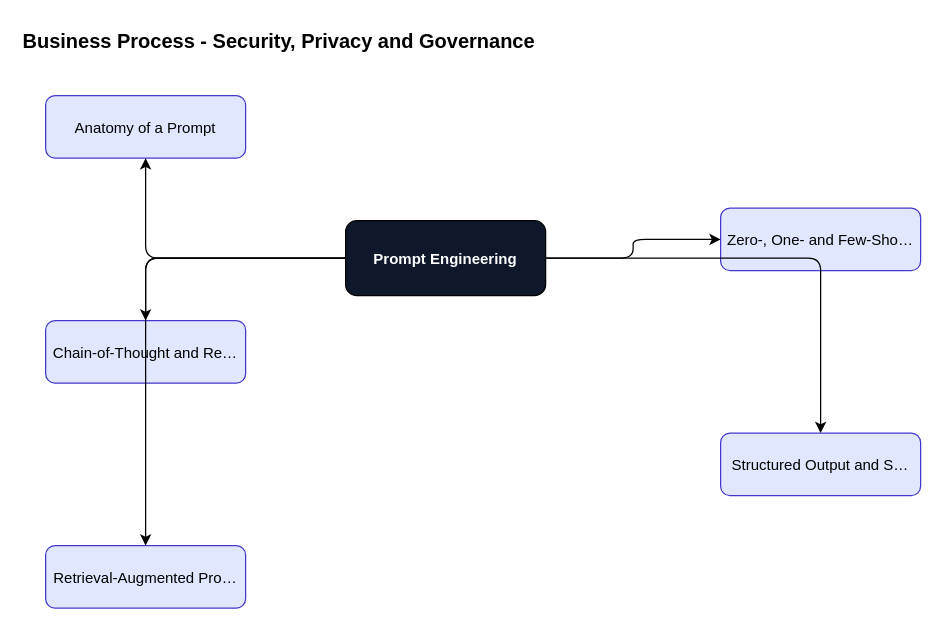
ankit05121980/AI-University keeps this draw.io diagram as content/prompt-engineering/prompt-engineering-foundations/diagrams/fig-027-business-process.drawio. Above is the earlier version. Source tidied: cells renumbered, new cells numbered last; positions are measured from the earlier drawing's top-left corner, leaving out a move shared by most shapes. Both pictures are drawn from the tidied source at 125%, with x=0, y=0 at pixel (20, 20).
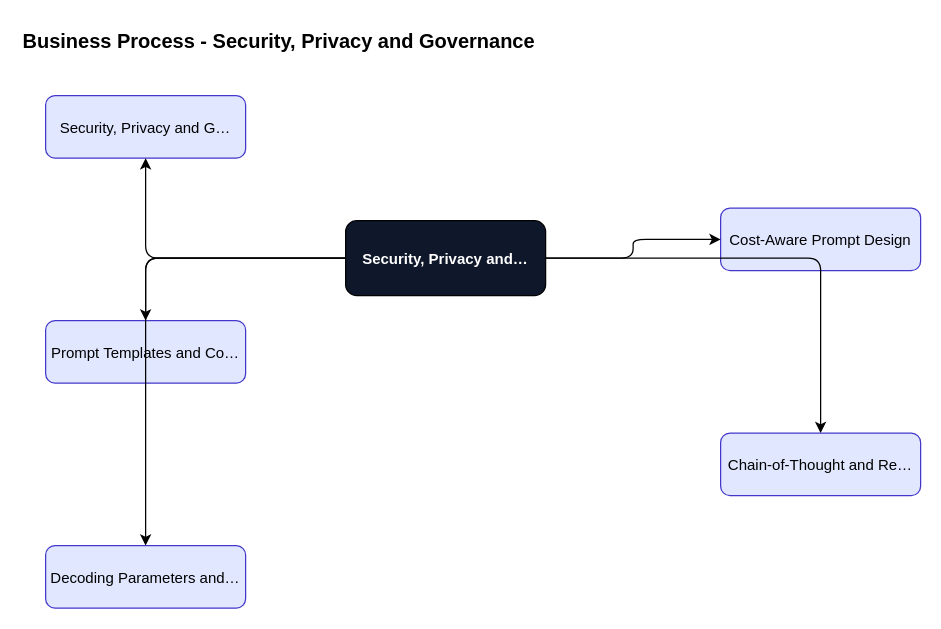
After the change.

The edit, as a diff of the source:
```diff
@@
 <mxGraphModel>
   <root>
     <mxCell id="0" />
     <mxCell id="1" parent="0" />
     <mxCell id="2" value="Business Process - Security, Privacy and Governance" style="text;fontSize=16;fontStyle=1;" parent="1" vertex="1">
       <mxGeometry width="600" height="30" as="geometry" />
     </mxCell>
-    <mxCell id="3" value="Prompt Engineering" style="rounded=1;fillColor=#0f172a;fontColor=#ffffff;fontStyle=1;" parent="1" vertex="1">
+    <mxCell id="3" value="Security, Privacy and…" style="rounded=1;fillColor=#0f172a;fontColor=#ffffff;fontStyle=1;" parent="1" vertex="1">
       <mxGeometry x="260" y="160" width="160" height="60" as="geometry" />
     </mxCell>
-    <mxCell id="4" value="Anatomy of a Prompt" style="rounded=1;fillColor=#e0e7ff;strokeColor=#4338ca;" parent="1" vertex="1">
+    <mxCell id="4" value="Security, Privacy and G…" style="rounded=1;fillColor=#e0e7ff;strokeColor=#4338ca;" parent="1" vertex="1">
       <mxGeometry x="20" y="60" width="160" height="50" as="geometry" />
     </mxCell>
     <mxCell id="5" style="edgeStyle=orthogonalEdgeStyle;" parent="1" edge="1" source="3" target="4">
       <mxGeometry relative="1" as="geometry" />
     </mxCell>
-    <mxCell id="6" value="Zero-, One- and Few-Sho…" style="rounded=1;fillColor=#e0e7ff;strokeColor=#4338ca;" parent="1" vertex="1">
+    <mxCell id="6" value="Cost-Aware Prompt Design" style="rounded=1;fillColor=#e0e7ff;strokeColor=#4338ca;" parent="1" vertex="1">
       <mxGeometry x="560" y="150" width="160" height="50" as="geometry" />
     </mxCell>
     <mxCell id="7" style="edgeStyle=orthogonalEdgeStyle;" parent="1" edge="1" source="3" target="6">
       <mxGeometry relative="1" as="geometry" />
     </mxCell>
-    <mxCell id="8" value="Chain-of-Thought and Re…" style="rounded=1;fillColor=#e0e7ff;strokeColor=#4338ca;" parent="1" vertex="1">
+    <mxCell id="8" value="Prompt Templates and Co…" style="rounded=1;fillColor=#e0e7ff;strokeColor=#4338ca;" parent="1" vertex="1">
       <mxGeometry x="20" y="240" width="160" height="50" as="geometry" />
     </mxCell>
     <mxCell id="9" style="edgeStyle=orthogonalEdgeStyle;" parent="1" edge="1" source="3" target="8">
       <mxGeometry relative="1" as="geometry" />
     </mxCell>
-    <mxCell id="10" value="Structured Output and S…" style="rounded=1;fillColor=#e0e7ff;strokeColor=#4338ca;" parent="1" vertex="1">
+    <mxCell id="10" value="Chain-of-Thought and Re…" style="rounded=1;fillColor=#e0e7ff;strokeColor=#4338ca;" parent="1" vertex="1">
       <mxGeometry x="560" y="330" width="160" height="50" as="geometry" />
     </mxCell>
     <mxCell id="11" style="edgeStyle=orthogonalEdgeStyle;" parent="1" edge="1" source="3" target="10">
       <mxGeometry relative="1" as="geometry" />
     </mxCell>
-    <mxCell id="12" value="Retrieval-Augmented Pro…" style="rounded=1;fillColor=#e0e7ff;strokeColor=#4338ca;" parent="1" vertex="1">
+    <mxCell id="12" value="Decoding Parameters and…" style="rounded=1;fillColor=#e0e7ff;strokeColor=#4338ca;" parent="1" vertex="1">
       <mxGeometry x="20" y="420" width="160" height="50" as="geometry" />
     </mxCell>
     <mxCell id="13" style="edgeStyle=orthogonalEdgeStyle;" parent="1" edge="1" source="3" target="12">
       <mxGeometry relative="1" as="geometry" />
     </mxCell>
   </root>
 </mxGraphModel>
```
